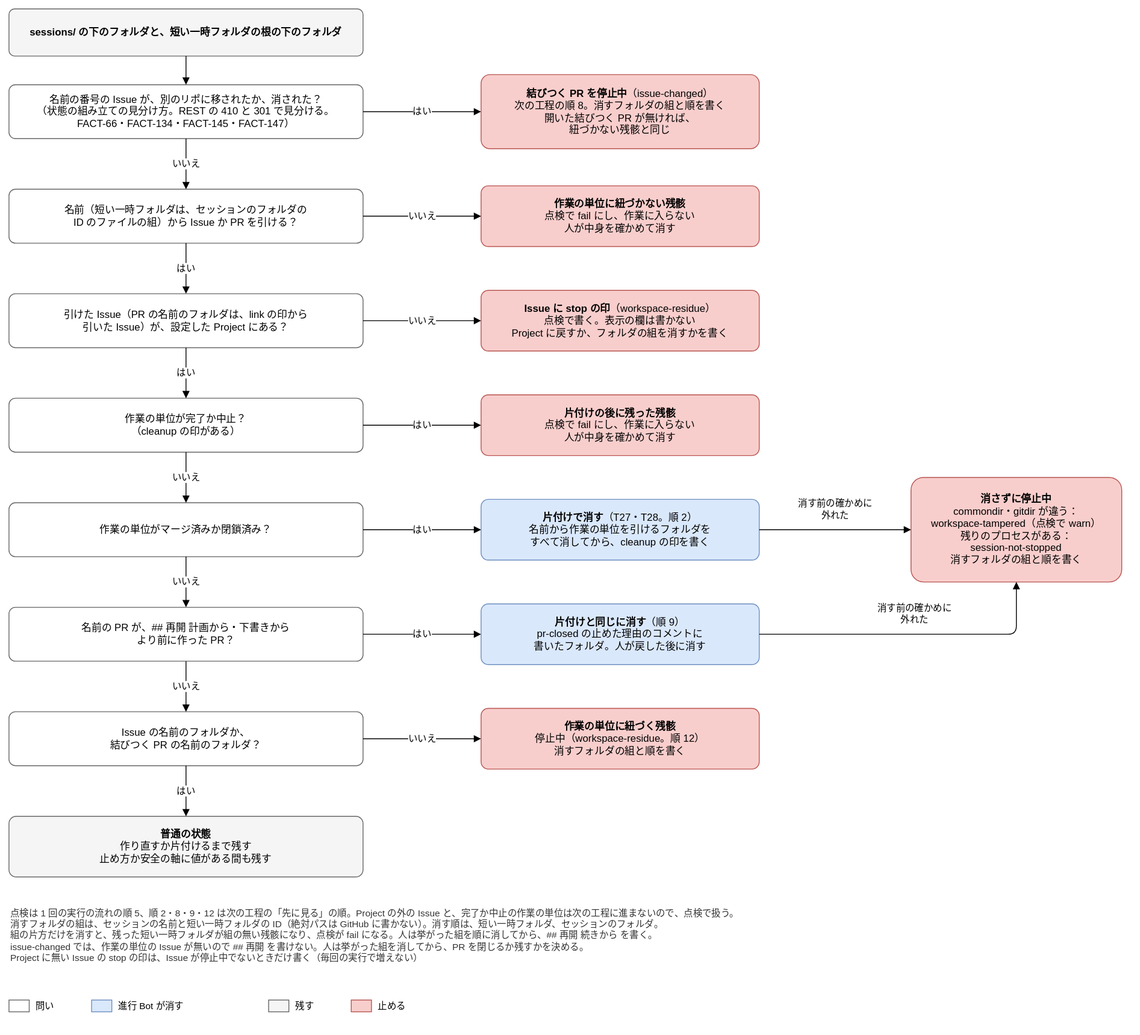
Joymerrevent/dev-autopilot keeps this draw.io diagram as docs/design/basic/diagrams/02-workspace-residue.drawio.svg. Above is the earlier version. Source tidied: cells renumbered, new cells last; positions are measured from the earlier drawing's top-left corner, leaving out a move shared by most shapes.
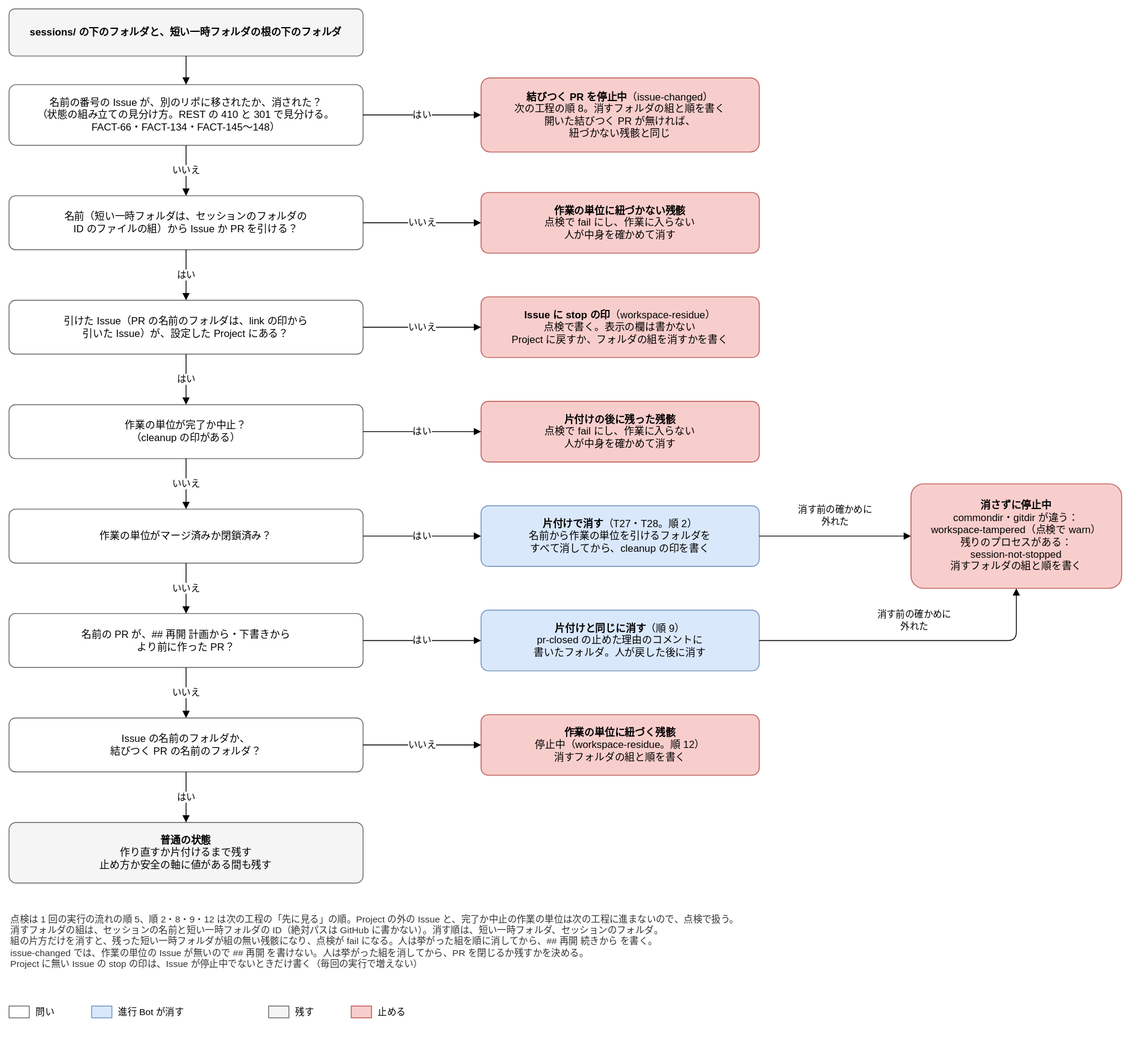
The same diagram one commit later.

Commit message:
docs(design): 作業場所の残骸の図の問いの箱の上下の余白を広げ、FACT の並びを表に合わせる

- q1 の箱を 64px から 72px にし（文字の上下の余白は 11px・12px から 15px・16px）、下の箱と線を
  8px ずらした。結びつく PR を停止中にする箱は q1 の中心にそろえた
- q1 の FACT の並びを、作業場所の残骸の表の行と同じ FACT-66・FACT-134・FACT-145〜148 にした

Claude-Session: https://claude.ai/code/session_01LvmXQN14Y95msvojZ6hWNP

Diff of the diagram source:
```diff
@@ -3,10 +3,10 @@
     <mxCell id="0" />
     <mxCell id="1" parent="0" />
     <mxCell id="2" value="&lt;b&gt;sessions/ の下のフォルダと、短い一時フォルダの根の下のフォルダ&lt;/b&gt;" style="rounded=1;whiteSpace=wrap;html=1;fontSize=12;arcSize=12;fillColor=#f5f5f5;strokeColor=#666666;spacing=8;" parent="1" vertex="1">
-      <mxGeometry width="420" height="56" as="geometry" />
+      <mxGeometry y="-8" width="420" height="56" as="geometry" />
     </mxCell>
-    <mxCell id="3" value="名前の番号の Issue が、別のリポに移されたか、消された？&lt;br&gt;（状態の組み立ての見分け方。REST の 410 と 301 で見分ける。&lt;br&gt;FACT-66・FACT-134・FACT-145・FACT-147）" style="rounded=1;whiteSpace=wrap;html=1;fontSize=12;arcSize=12;fillColor=#ffffff;strokeColor=#666666;spacing=8;" parent="1" vertex="1">
-      <mxGeometry y="90" width="420" height="64" as="geometry" />
+    <mxCell id="3" value="名前の番号の Issue が、別のリポに移されたか、消された？&lt;br&gt;（状態の組み立ての見分け方。REST の 410 と 301 で見分ける。&lt;br&gt;FACT-66・FACT-134・FACT-145〜148）" style="rounded=1;whiteSpace=wrap;html=1;fontSize=12;arcSize=12;fillColor=#ffffff;strokeColor=#666666;spacing=8;" parent="1" vertex="1">
+      <mxGeometry y="82" width="420" height="72" as="geometry" />
     </mxCell>
     <mxCell id="4" value="名前（短い一時フォルダは、セッションのフォルダの&lt;br&gt;ID のファイルの組）から Issue か PR を引ける？" style="rounded=1;whiteSpace=wrap;html=1;fontSize=12;arcSize=12;fillColor=#ffffff;strokeColor=#666666;spacing=8;" parent="1" vertex="1">
       <mxGeometry y="214" width="420" height="64" as="geometry" />
@@ -27,7 +27,7 @@
       <mxGeometry y="834" width="420" height="64" as="geometry" />
     </mxCell>
     <mxCell id="10" value="&lt;b&gt;結びつく PR を停止中&lt;/b&gt;（issue-changed）&lt;br&gt;次の工程の順 8。消すフォルダの組と順を書く&lt;br&gt;開いた結びつく PR が無ければ、&lt;br&gt;紐づかない残骸と同じ" style="rounded=1;whiteSpace=wrap;html=1;fontSize=12;arcSize=12;fillColor=#f8cecc;strokeColor=#b85450;spacing=8;" parent="1" vertex="1">
-      <mxGeometry x="560" y="78" width="330" height="88" as="geometry" />
+      <mxGeometry x="560" y="74" width="330" height="88" as="geometry" />
     </mxCell>
     <mxCell id="11" value="はい" style="edgeStyle=orthogonalEdgeStyle;rounded=1;html=1;endArrow=block;endFill=1;fontSize=11;labelBackgroundColor=#ffffff;exitX=1;exitY=0.5;exitDx=0;exitDy=0;entryX=0;entryY=0.5;entryDx=0;entryDy=0;" parent="1" edge="1" source="3" target="10">
       <mxGeometry relative="1" as="geometry" />
```
